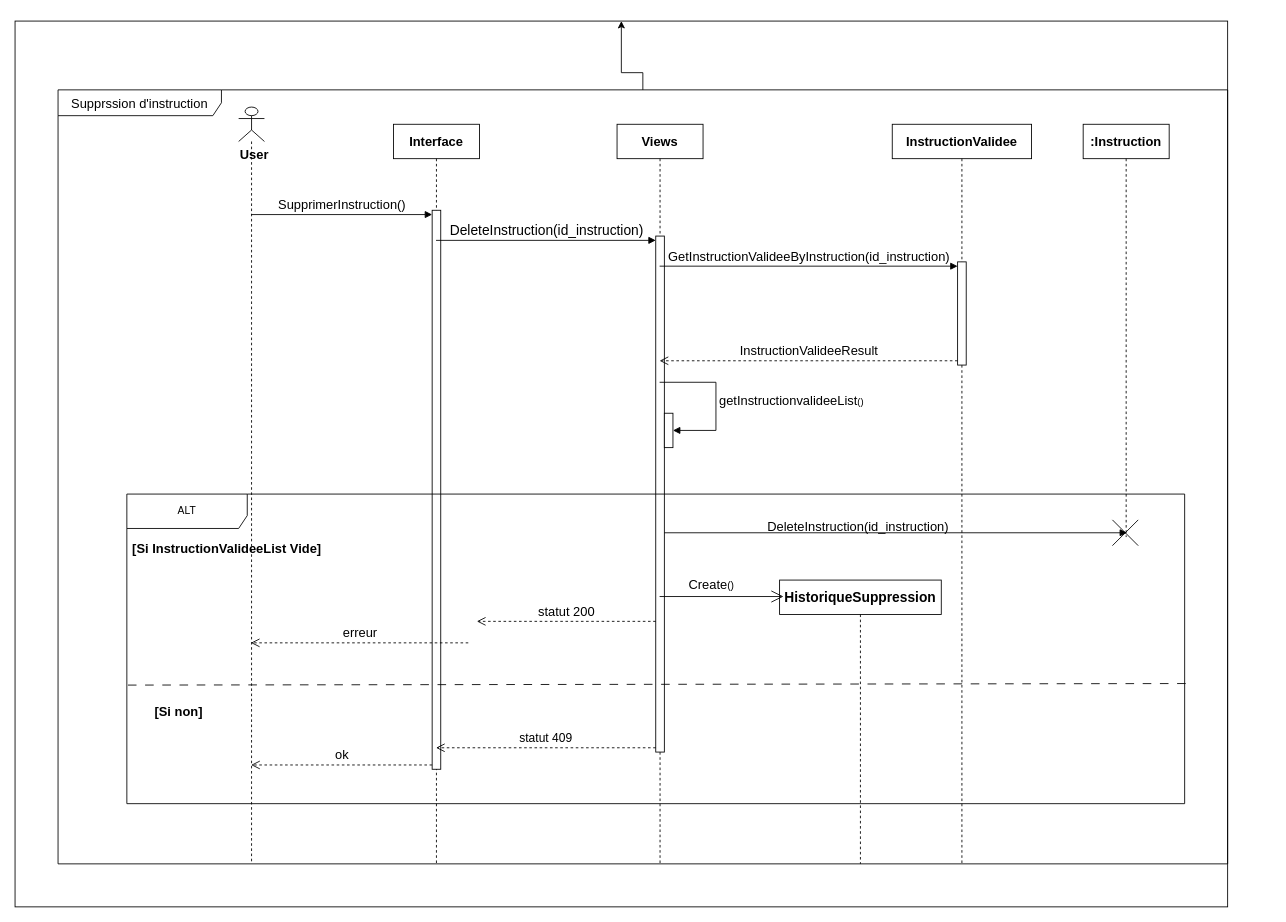
This is supprimer instruction.drawio from CabrelFeukeng/pp, a draw.io file, before an edit. Source tidied: cells renumbered, new cells numbered last; positions are measured from the earlier drawing's top-left corner, leaving out a move shared by most shapes. Both pictures are drawn from the tidied source at 86%, with x=0, y=0 at pixel (15, 21).
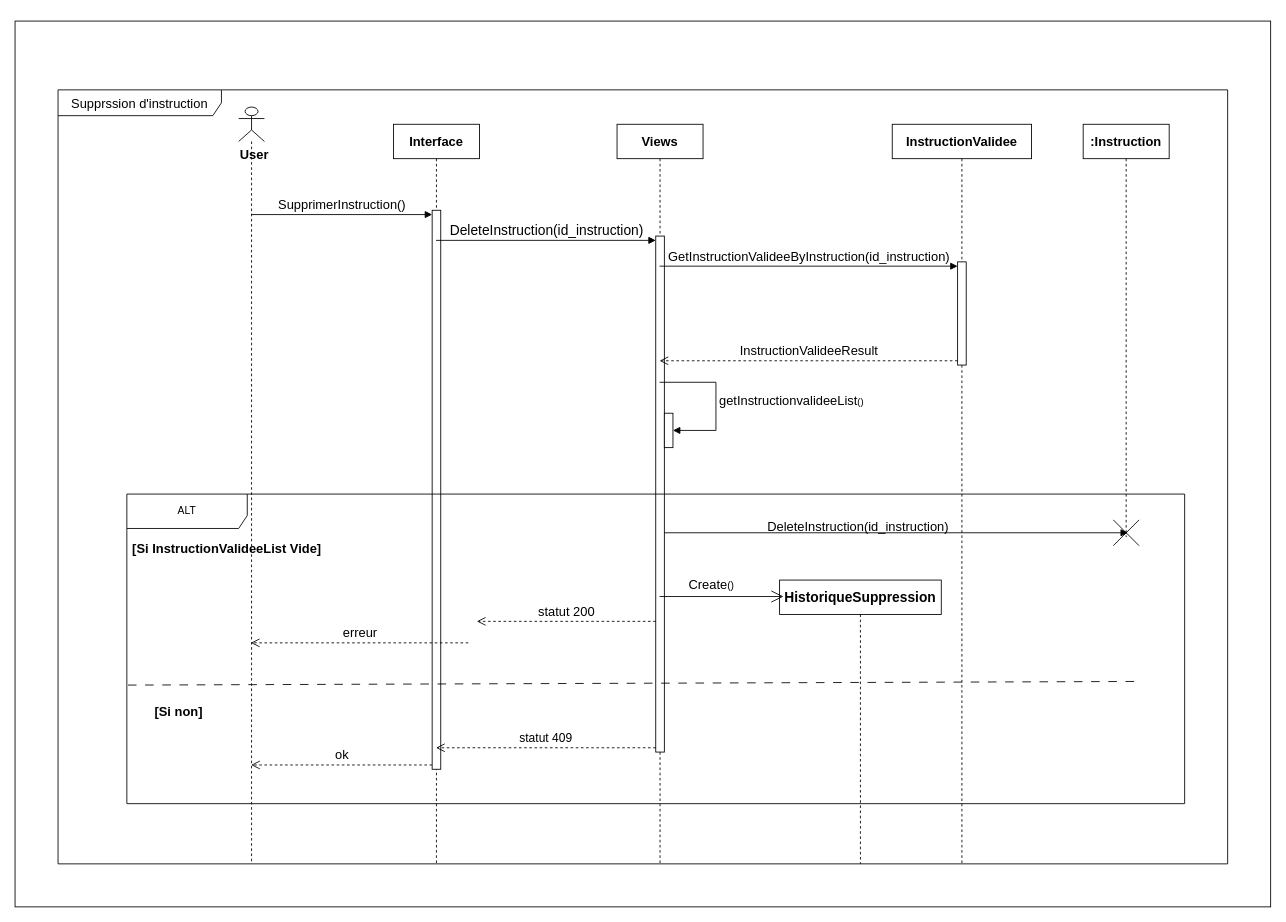
After the change.

Commit message (it also covers changes not shown here):
Mettre à jour supprimer instruction.drawio

Unchanged cells that the change refers to:
```xml
<mxCell id="23" value="ALT" style="shape=umlFrame;whiteSpace=wrap;html=1;width=140;height=40;" parent="1" vertex="1">
  <mxGeometry x="130" y="550" width="1230" height="360" as="geometry" />
</mxCell>
<mxCell id="31" value="&lt;font style=&quot;font-size: 15px;&quot;&gt;Supprssion d'instruction&lt;/font&gt;" style="shape=umlFrame;whiteSpace=wrap;html=1;width=190;height=30;" parent="1" vertex="1">
  <mxGeometry x="50" y="80" width="1360" height="900" as="geometry" />
</mxCell>
```

The edit, as a diff of the source:
```diff
@@
     <mxCell id="2" style="rounded=0;whiteSpace=wrap;html=1;" parent="1" vertex="1">
-      <mxGeometry width="1410" height="1030" as="geometry" />
+      <mxGeometry width="1460" height="1030" as="geometry" />
     </mxCell>
@@
-    <mxCell id="24" style="endArrow=none;startArrow=none;endFill=0;startFill=0;endSize=8;html=1;verticalAlign=bottom;dashed=1;labelBackgroundColor=none;dashPattern=10 10;rounded=0;entryX=1.001;entryY=0.612;entryDx=0;entryDy=0;entryPerimeter=0;exitX=0.001;exitY=0.617;exitDx=0;exitDy=0;exitPerimeter=0;elbow=vertical;" parent="1" edge="1" source="23" target="23">
-      <mxGeometry relative="1" as="geometry" />
+    <mxCell id="24" style="endArrow=none;startArrow=none;endFill=0;startFill=0;endSize=8;html=1;verticalAlign=bottom;dashed=1;labelBackgroundColor=none;dashPattern=10 10;rounded=0;entryX=1.002;entryY=0.447;entryDx=0;entryDy=0;entryPerimeter=0;exitX=0.001;exitY=0.617;exitDx=0;exitDy=0;exitPerimeter=0;elbow=vertical;" parent="1" edge="1" source="23">
+      <mxGeometry relative="1" as="geometry">
+        <mxPoint x="1302.2" y="767.9" as="targetPoint" />
+      </mxGeometry>
     </mxCell>
@@
-    <mxCell id="30" style="edgeStyle=orthogonalEdgeStyle;rounded=0;jettySize=auto;html=1;" parent="1" edge="1" source="31" target="2">
-      <mxGeometry relative="1" as="geometry" />
-    </mxCell>
@@
     <mxCell id="33" style="shape=umlDestroy;html=1;" parent="31" vertex="1">
-      <mxGeometry x="1226" y="500" width="30" height="30" as="geometry" />
+      <mxGeometry x="1227" y="500" width="30" height="30" as="geometry" />
     </mxCell>
```
